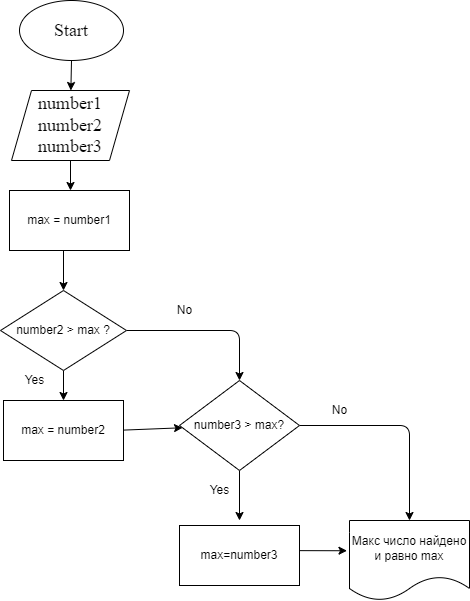
Above: Ex002/ex002.drawio.png in Fearenok/Homework (draw.io), before the change. Source tidied: cells renumbered, new cells last; positions are measured from the earlier drawing's top-left corner, leaving out a move shared by most shapes.
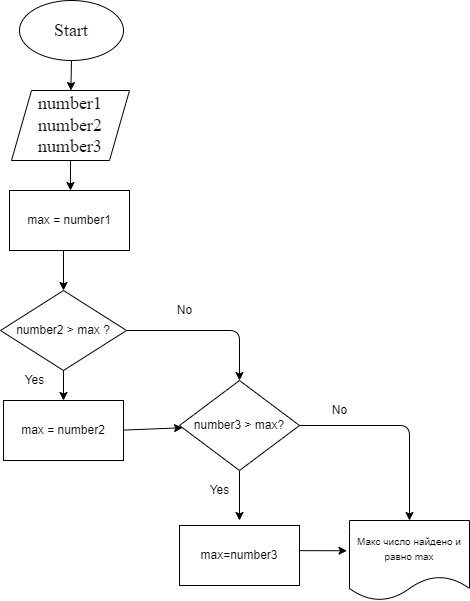
The same diagram one commit later.

Change to the diagram source:
```diff
@@ -67,7 +67,7 @@
         <mxPoint x="289" y="550.1" as="sourcePoint" />
       </mxGeometry>
     </mxCell>
-    <mxCell id="17" value="Макс число найдено и равно max" style="shape=document;whiteSpace=wrap;html=1;boundedLbl=1;" parent="1" vertex="1">
+    <mxCell id="17" value="&lt;font style=&quot;font-size: 10px&quot;&gt;Макс число найдено и равно max&lt;/font&gt;" style="shape=document;whiteSpace=wrap;html=1;boundedLbl=1;" parent="1" vertex="1">
       <mxGeometry x="349" y="520" width="120" height="80" as="geometry" />
     </mxCell>
     <mxCell id="18" value="No" style="text;html=1;align=center;verticalAlign=middle;strokeColor=none;fillColor=none;" parent="1" vertex="1">
```
